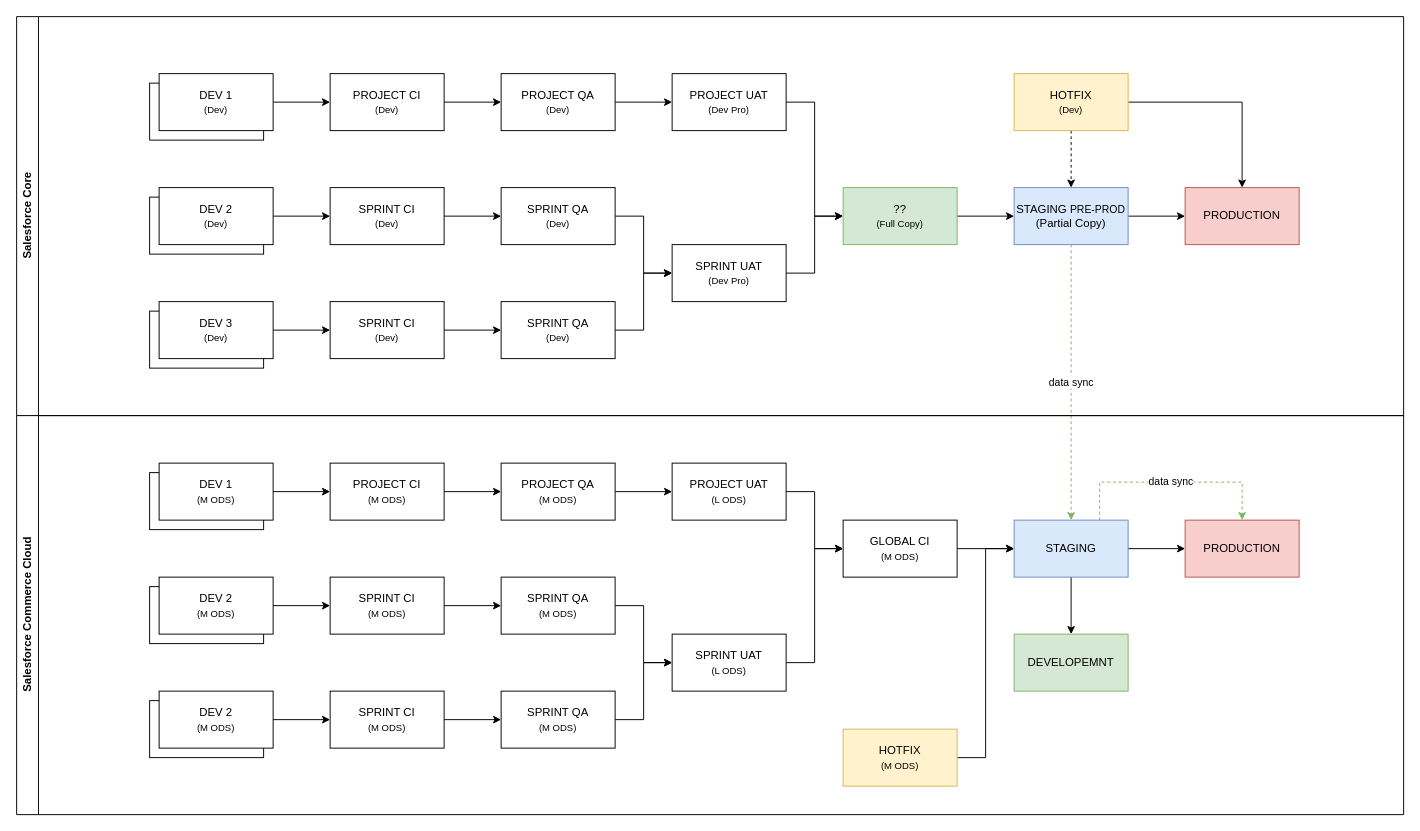
Before: hal-ci-cd.drawio in pettll/diagrams, a draw.io diagram. Source tidied: cells renumbered, new cells numbered last; positions are measured from the earlier drawing's top-left corner, leaving out a move shared by most shapes. Both pictures are drawn from the tidied source at 95%, with x=0, y=0 at pixel (16, 16).
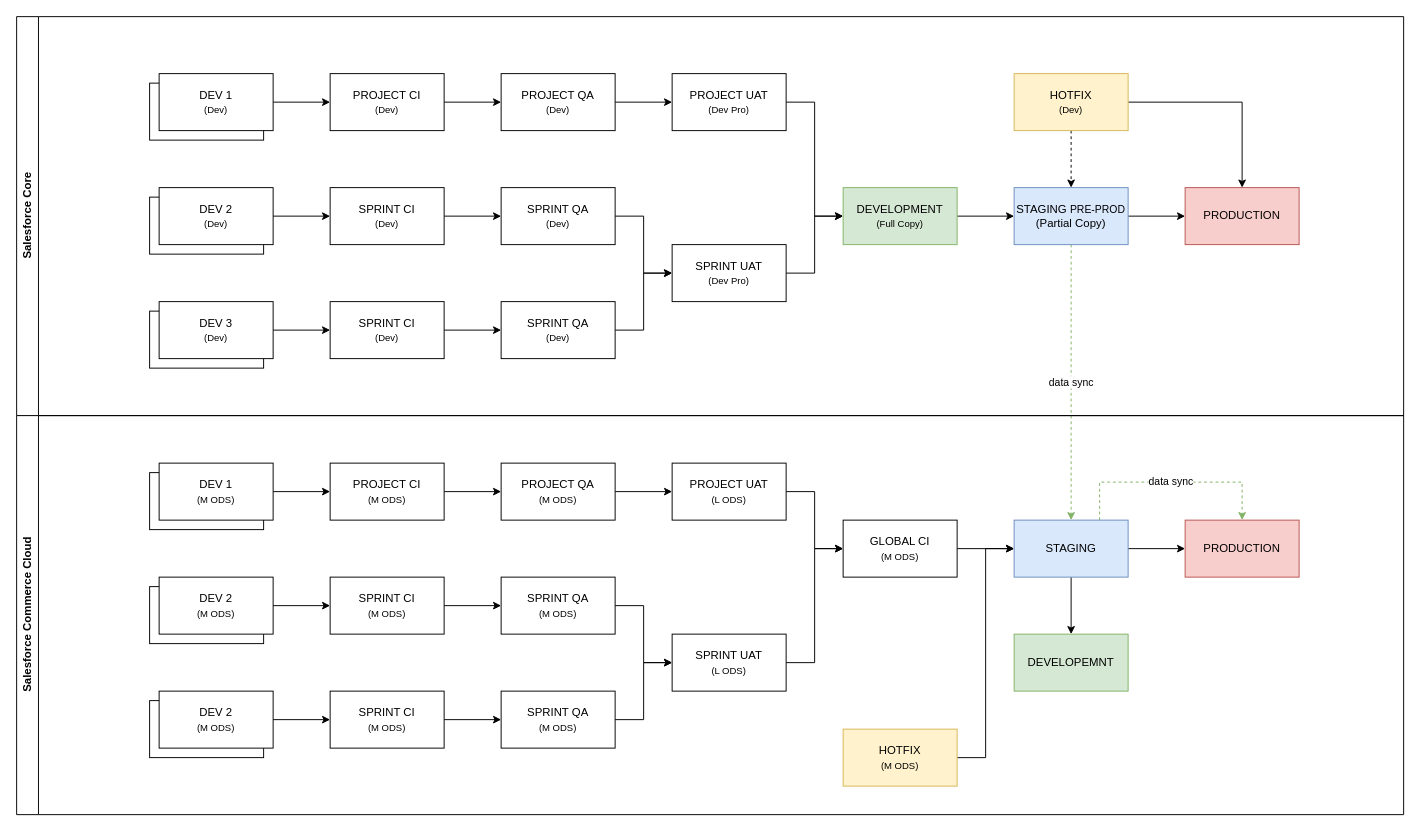
The same diagram, later.

The edit, as a diff of the source:
```diff
@@
-    <mxCell id="26" value="??&lt;div&gt;&lt;font style=&quot;font-size: 10px;&quot;&gt;(Full Copy)&lt;/font&gt;&lt;/div&gt;" style="rounded=0;whiteSpace=wrap;html=1;fillColor=#d5e8d4;strokeColor=#82b366;" parent="1" vertex="1">
+    <mxCell id="26" value="DEVELOPMENT&lt;br&gt;&lt;div&gt;&lt;font style=&quot;font-size: 10px;&quot;&gt;(Full Copy)&lt;/font&gt;&lt;/div&gt;" style="rounded=0;whiteSpace=wrap;html=1;fillColor=#d5e8d4;strokeColor=#82b366;" parent="1" vertex="1">
       <mxGeometry x="870" y="180" width="120" height="60" as="geometry" />
     </mxCell>
```
